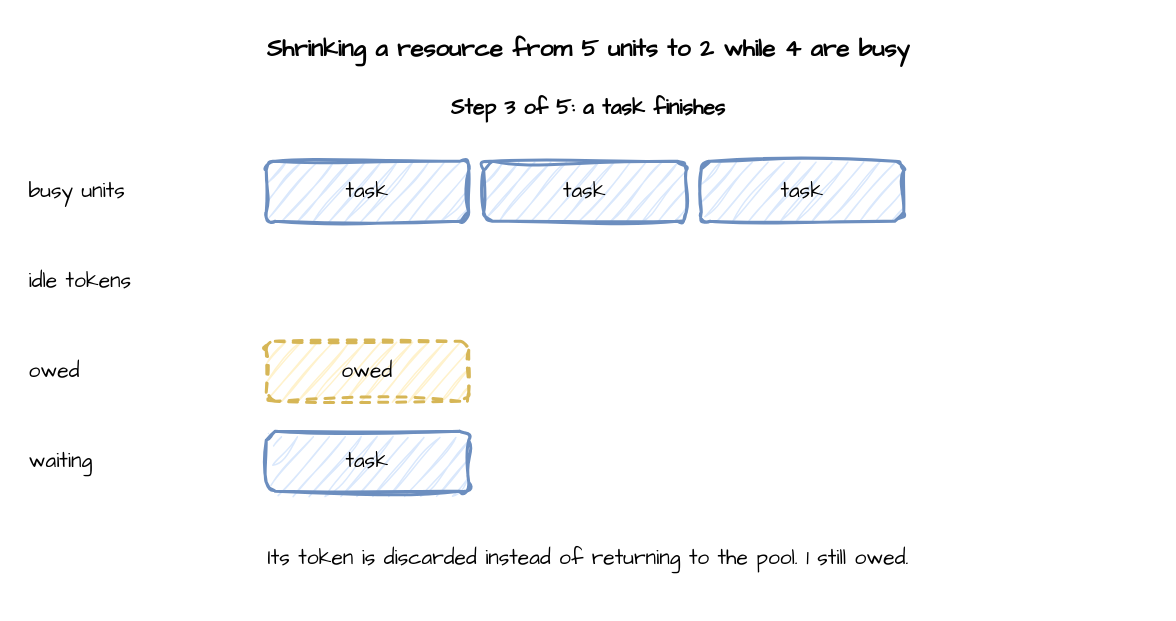
The draw.io diagram page "step 3" (3 of 5) of docs/assets/diagrams/resource-shrink.drawio in jaehyeon-kim/desflow, before the edit. Source tidied: cells renumbered, new cells numbered last; positions are measured from the earlier drawing's top-left corner, leaving out a move shared by most shapes. Both pictures are drawn from the tidied source at 150%, with x=0, y=0 at pixel (26, 26).
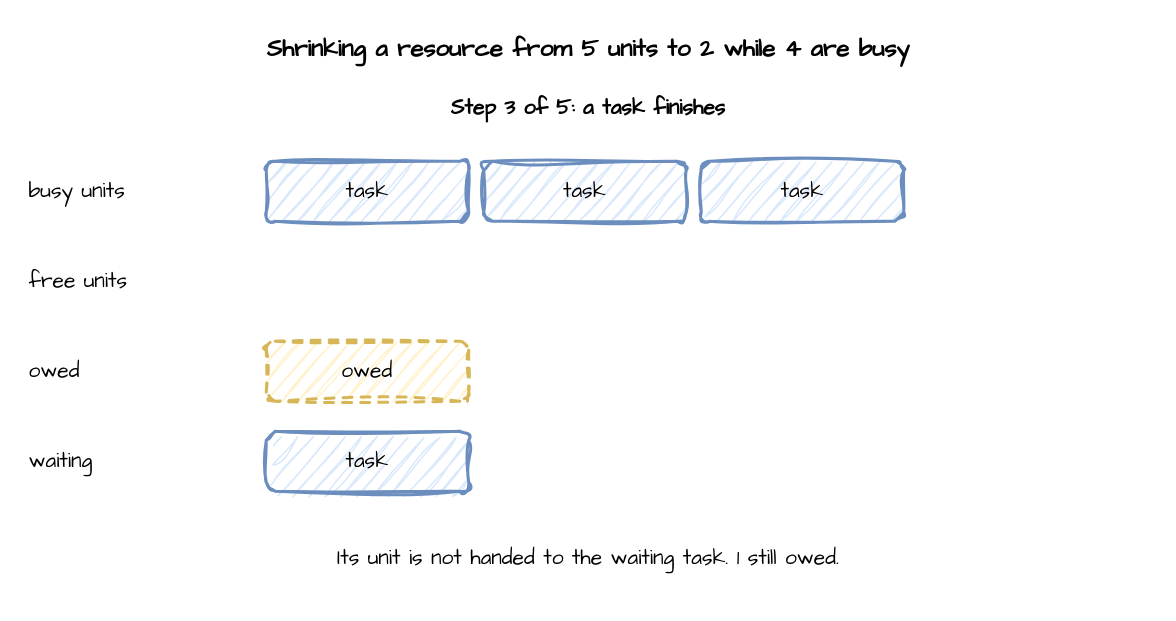
The same diagram, later.

Diff of the diagram source:
```diff
@@
 <mxGraphModel>
   <root>
     <mxCell id="0" />
     <mxCell id="1" parent="0" />
     <mxCell id="2" value="Shrinking a resource from 5 units to 2 while 4 are busy" style="text;html=1;align=center;verticalAlign=middle;whiteSpace=wrap;fontFamily=Comic Sans MS;fontSize=16;fontStyle=1;" parent="1" vertex="1">
       <mxGeometry width="750" height="30" as="geometry" />
     </mxCell>
     <mxCell id="3" value="Step 3 of 5: a task finishes" style="text;html=1;align=center;verticalAlign=middle;whiteSpace=wrap;html=1;sketch=1;curveFitting=1;jiggle=2;fontFamily=Comic Sans MS;fontSize=14;fontStyle=1;" parent="1" vertex="1">
       <mxGeometry y="40" width="750" height="30" as="geometry" />
     </mxCell>
     <mxCell id="4" value="busy units" style="text;html=1;align=center;verticalAlign=middle;whiteSpace=wrap;html=1;sketch=1;curveFitting=1;jiggle=2;fontFamily=Comic Sans MS;fontSize=14;align=left;" parent="1" vertex="1">
       <mxGeometry y="90" width="120" height="40" as="geometry" />
     </mxCell>
     <mxCell id="5" value="task" style="rounded=1;whiteSpace=wrap;html=1;sketch=1;curveFitting=1;jiggle=2;fontFamily=Comic Sans MS;fontSize=14;fillColor=#dae8fc;strokeColor=#6c8ebf;strokeWidth=2;" parent="1" vertex="1">
       <mxGeometry x="160" y="90" width="135" height="40" as="geometry" />
     </mxCell>
     <mxCell id="6" value="task" style="rounded=1;whiteSpace=wrap;html=1;sketch=1;curveFitting=1;jiggle=2;fontFamily=Comic Sans MS;fontSize=14;fillColor=#dae8fc;strokeColor=#6c8ebf;strokeWidth=2;" parent="1" vertex="1">
       <mxGeometry x="305" y="90" width="135" height="40" as="geometry" />
     </mxCell>
     <mxCell id="7" value="task" style="rounded=1;whiteSpace=wrap;html=1;sketch=1;curveFitting=1;jiggle=2;fontFamily=Comic Sans MS;fontSize=14;fillColor=#dae8fc;strokeColor=#6c8ebf;strokeWidth=2;" parent="1" vertex="1">
       <mxGeometry x="450" y="90" width="135" height="40" as="geometry" />
     </mxCell>
-    <mxCell id="8" value="idle tokens" style="text;html=1;align=center;verticalAlign=middle;whiteSpace=wrap;html=1;sketch=1;curveFitting=1;jiggle=2;fontFamily=Comic Sans MS;fontSize=14;align=left;" parent="1" vertex="1">
+    <mxCell id="8" value="free units" style="text;html=1;align=center;verticalAlign=middle;whiteSpace=wrap;html=1;sketch=1;curveFitting=1;jiggle=2;fontFamily=Comic Sans MS;fontSize=14;align=left;" parent="1" vertex="1">
       <mxGeometry y="150" width="120" height="40" as="geometry" />
     </mxCell>
     <mxCell id="9" value="owed" style="text;html=1;align=center;verticalAlign=middle;whiteSpace=wrap;html=1;sketch=1;curveFitting=1;jiggle=2;fontFamily=Comic Sans MS;fontSize=14;align=left;" parent="1" vertex="1">
       <mxGeometry y="210" width="120" height="40" as="geometry" />
     </mxCell>
     <mxCell id="10" value="owed" style="rounded=1;whiteSpace=wrap;html=1;sketch=1;curveFitting=1;jiggle=2;fontFamily=Comic Sans MS;fontSize=14;fillColor=#fff2cc;strokeColor=#d6b656;strokeWidth=2;dashed=1;" parent="1" vertex="1">
       <mxGeometry x="160" y="210" width="135" height="40" as="geometry" />
     </mxCell>
     <mxCell id="11" value="waiting" style="text;html=1;align=center;verticalAlign=middle;whiteSpace=wrap;html=1;sketch=1;curveFitting=1;jiggle=2;fontFamily=Comic Sans MS;fontSize=14;align=left;" parent="1" vertex="1">
       <mxGeometry y="270" width="120" height="40" as="geometry" />
     </mxCell>
     <mxCell id="12" value="task" style="rounded=1;whiteSpace=wrap;html=1;sketch=1;curveFitting=1;jiggle=2;fontFamily=Comic Sans MS;fontSize=14;fillColor=#dae8fc;strokeColor=#6c8ebf;strokeWidth=2;" parent="1" vertex="1">
       <mxGeometry x="160" y="270" width="135" height="40" as="geometry" />
     </mxCell>
-    <mxCell id="13" value="Its token is discarded instead of returning to the pool. 1 still owed." style="text;html=1;align=center;verticalAlign=middle;whiteSpace=wrap;html=1;sketch=1;curveFitting=1;jiggle=2;fontFamily=Comic Sans MS;fontSize=14;" parent="1" vertex="1">
+    <mxCell id="13" value="Its unit is not handed to the waiting task. 1 still owed." style="text;html=1;align=center;verticalAlign=middle;whiteSpace=wrap;html=1;sketch=1;curveFitting=1;jiggle=2;fontFamily=Comic Sans MS;fontSize=14;" parent="1" vertex="1">
       <mxGeometry y="330" width="750" height="50" as="geometry" />
     </mxCell>
   </root>
 </mxGraphModel>
```
